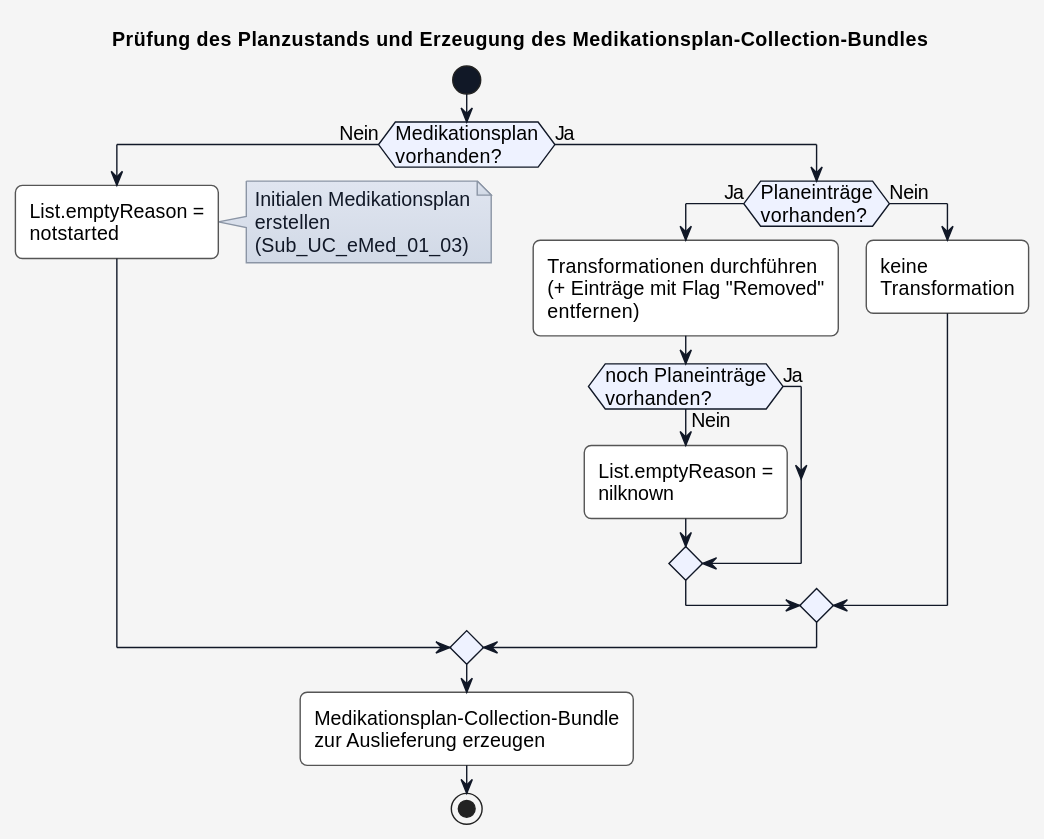
Before: r4-ELGA-e-Medikation-main/plantuml/UC_eMed_01_01_plancheck.svg, a diagram exported from PlantUML (HL7Austria/hl7austria.github.io).
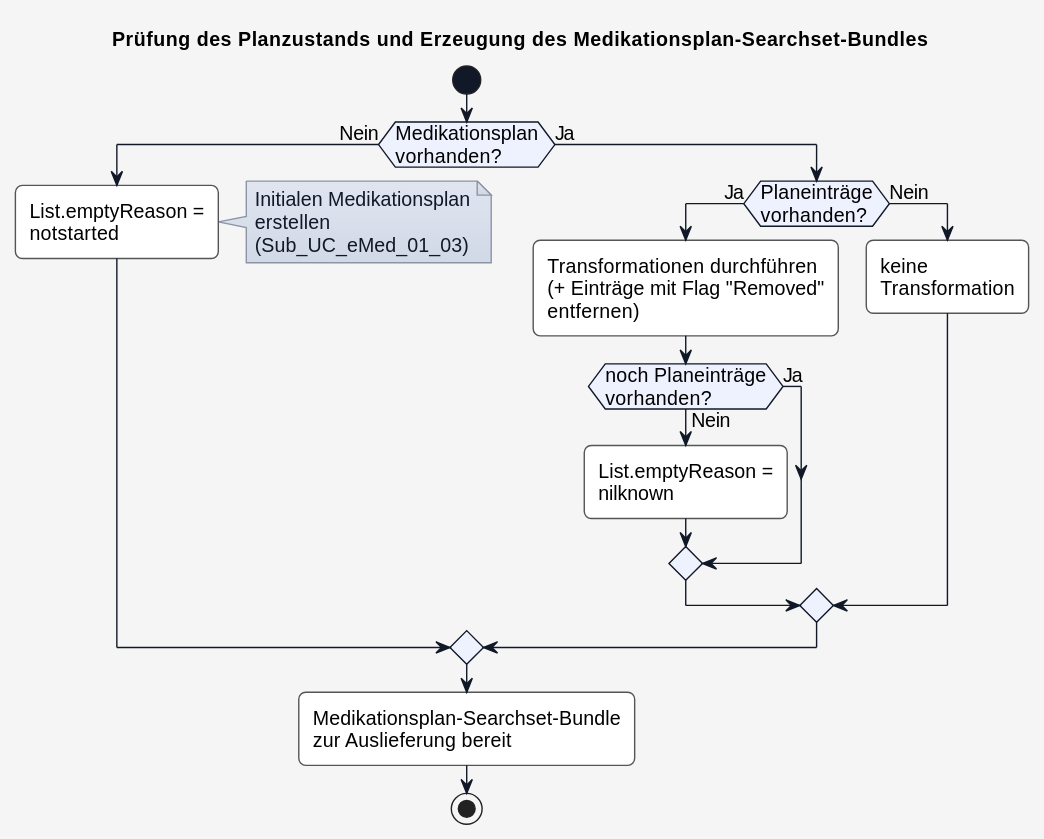
The same file after the commit.

The edit, as a diff of the source:
```diff
@@ -1,5 +1,5 @@
 @startuml
-title Prüfung des Planzustands und Erzeugung des Medikationsplan-Collection-Bundles
+title Prüfung des Planzustands und Erzeugung des Medikationsplan-Searchset-Bundles
 
 skinparam borderColor #000000
 skinparam backgroundColor #f5f5f5
@@ -72,7 +72,7 @@
 
 endif
 
-:Medikationsplan-Collection-Bundle\nzur Auslieferung erzeugen;
+:Medikationsplan-Searchset-Bundle\nzur Auslieferung bereit;
 
 stop
 @enduml
```
